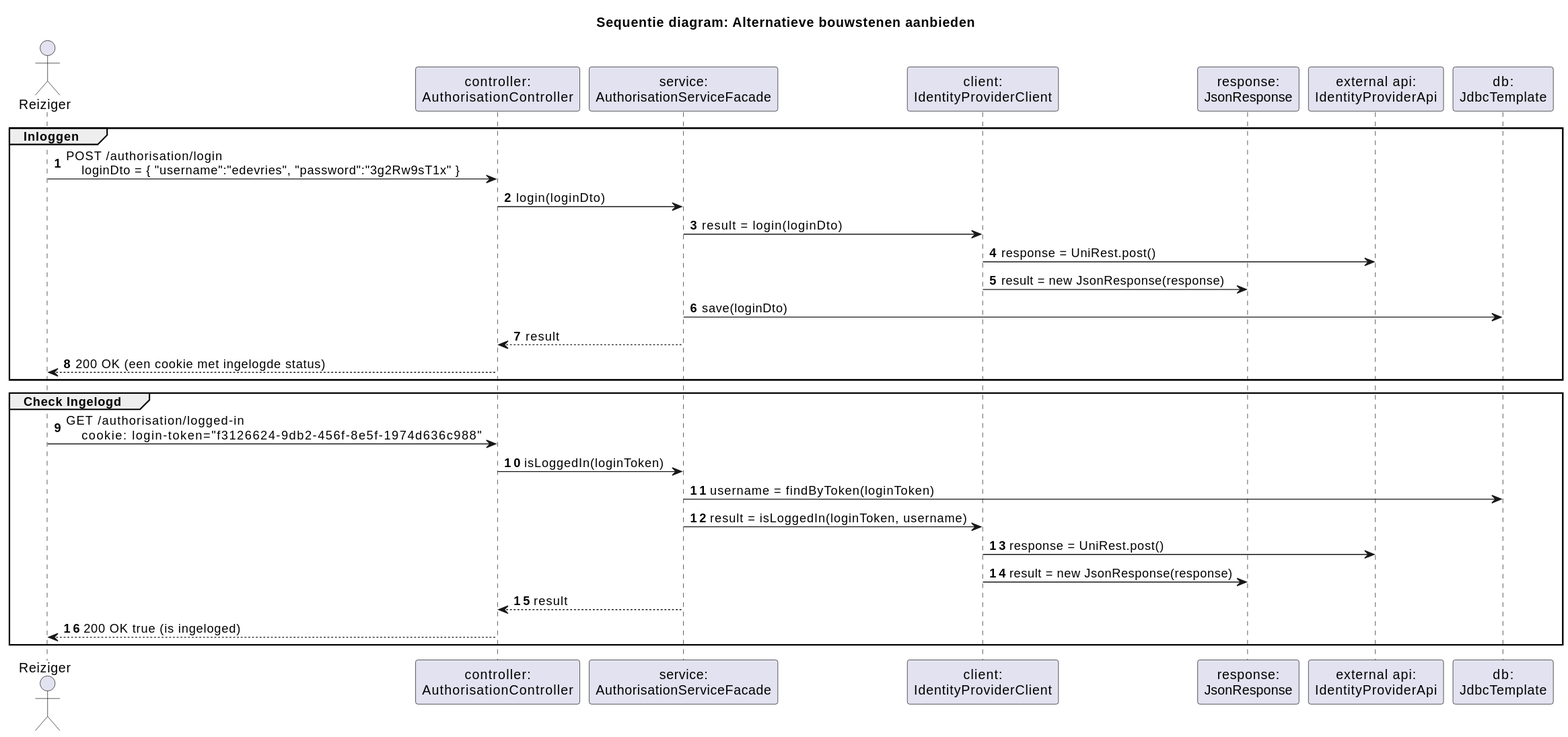
Above: software-guidebook/resources/login-sequence-diagram.svg in AIM-ENE-feb25/triptop-groep-b3 (PlantUML), before the change.
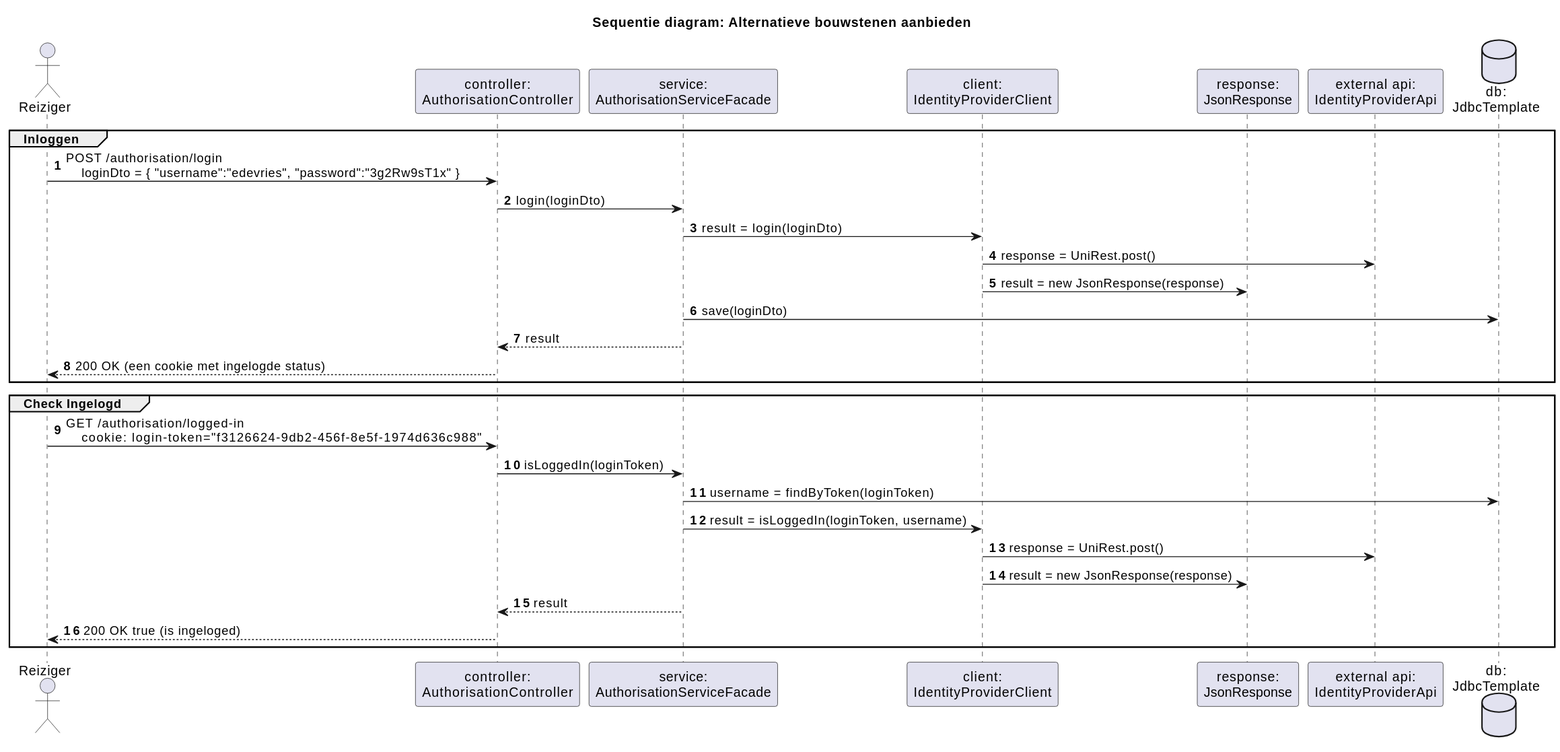
The same diagram one commit later.

The edit, as a diff of the source:
```diff
@@ -10,7 +10,7 @@
 participant client as "client:\nIdentityProviderClient"
 participant response as "response:\nJsonResponse"
 participant api as "external api:\nIdentityProviderApi"
-participant database as "db:\nJdbcTemplate"
+database database as "db:\nJdbcTemplate"
 
 group Inloggen
 Reiziger -> controller: POST /authorisation/login \n    loginDto = { "username":"edevries", "password":"3g2Rw9sT1x" }
```
